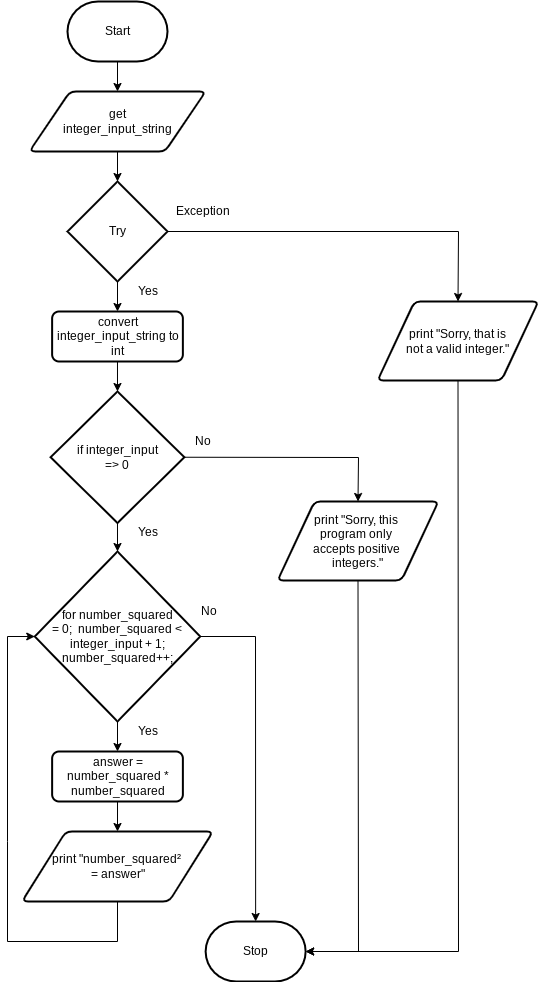
Earlier version of the draw.io export Draw.io/Flowchart.png (Peter-Gemmell/ICS3U-Unit4-03-Python). Source tidied: cells renumbered, new cells last; positions are measured from the earlier drawing's top-left corner, leaving out a move shared by most shapes. Source of this version:
```xml
<mxGraphModel>
  <root>
    <mxCell id="0" />
    <mxCell id="1" parent="0" />
    <mxCell id="2" style="edgeStyle=none;rounded=0;html=1;exitX=0.5;exitY=1;exitDx=0;exitDy=0;exitPerimeter=0;entryX=0.5;entryY=0;entryDx=0;entryDy=0;" parent="1" edge="1" source="3" target="5">
      <mxGeometry relative="1" as="geometry" />
    </mxCell>
    <mxCell id="3" value="Start" style="strokeWidth=2;html=1;shape=mxgraph.flowchart.terminator;whiteSpace=wrap;" parent="1" vertex="1">
      <mxGeometry x="60" width="100" height="60" as="geometry" />
    </mxCell>
    <mxCell id="4" style="edgeStyle=none;rounded=0;html=1;" parent="1" edge="1" source="5" target="14">
      <mxGeometry relative="1" as="geometry" />
    </mxCell>
    <mxCell id="5" value="get&lt;br&gt;integer_input_string" style="shape=parallelogram;html=1;strokeWidth=2;perimeter=parallelogramPerimeter;whiteSpace=wrap;rounded=1;arcSize=12;size=0.23;" parent="1" vertex="1">
      <mxGeometry x="21.9" y="90" width="176.2" height="60" as="geometry" />
    </mxCell>
    <mxCell id="6" value="Stop" style="strokeWidth=2;html=1;shape=mxgraph.flowchart.terminator;whiteSpace=wrap;" parent="1" vertex="1">
      <mxGeometry x="198.1" y="920" width="100" height="60" as="geometry" />
    </mxCell>
    <mxCell id="7" style="edgeStyle=none;html=1;exitX=0.5;exitY=1;exitDx=0;exitDy=0;exitPerimeter=0;entryX=0.5;entryY=0;entryDx=0;entryDy=0;" parent="1" edge="1" source="9" target="24">
      <mxGeometry relative="1" as="geometry" />
    </mxCell>
    <mxCell id="8" style="edgeStyle=none;rounded=0;html=1;exitX=1;exitY=0.5;exitDx=0;exitDy=0;exitPerimeter=0;entryX=0.5;entryY=0;entryDx=0;entryDy=0;entryPerimeter=0;" parent="1" edge="1" source="9" target="6">
      <mxGeometry relative="1" as="geometry">
        <Array as="points">
          <mxPoint x="248" y="635" />
        </Array>
      </mxGeometry>
    </mxCell>
    <mxCell id="9" value="for number_squared&lt;br&gt;= 0;&amp;nbsp; number_squared &amp;lt; integer_input + 1;&lt;br&gt;number_squared++;" style="strokeWidth=2;html=1;shape=mxgraph.flowchart.decision;whiteSpace=wrap;" parent="1" vertex="1">
      <mxGeometry x="27.2" y="550" width="165.5" height="170" as="geometry" />
    </mxCell>
    <mxCell id="10" style="edgeStyle=none;html=1;exitX=0.5;exitY=1;exitDx=0;exitDy=0;entryX=1;entryY=0.5;entryDx=0;entryDy=0;entryPerimeter=0;rounded=0;" parent="1" edge="1" source="11" target="6">
      <mxGeometry relative="1" as="geometry">
        <Array as="points">
          <mxPoint x="451" y="950" />
        </Array>
      </mxGeometry>
    </mxCell>
    <mxCell id="11" value="print &quot;Sorry, that is&lt;br&gt;not a valid integer.&quot;" style="shape=parallelogram;html=1;strokeWidth=2;perimeter=parallelogramPerimeter;whiteSpace=wrap;rounded=1;arcSize=12;size=0.23;" parent="1" vertex="1">
      <mxGeometry x="370" y="300" width="161" height="79" as="geometry" />
    </mxCell>
    <mxCell id="12" style="edgeStyle=none;html=1;entryX=0.5;entryY=0;entryDx=0;entryDy=0;rounded=0;" parent="1" edge="1" source="14" target="11">
      <mxGeometry relative="1" as="geometry">
        <Array as="points">
          <mxPoint x="451" y="230" />
        </Array>
      </mxGeometry>
    </mxCell>
    <mxCell id="13" style="edgeStyle=none;rounded=0;html=1;" parent="1" edge="1" source="14" target="18">
      <mxGeometry relative="1" as="geometry" />
    </mxCell>
    <mxCell id="14" value="Try" style="strokeWidth=2;html=1;shape=mxgraph.flowchart.decision;whiteSpace=wrap;" parent="1" vertex="1">
      <mxGeometry x="60" y="180" width="100" height="100" as="geometry" />
    </mxCell>
    <mxCell id="15" value="Yes&lt;br&gt;" style="text;html=1;align=center;verticalAlign=middle;strokeColor=none;fillColor=none;" parent="1" vertex="1">
      <mxGeometry x="120" y="521.5" width="40" height="20" as="geometry" />
    </mxCell>
    <mxCell id="16" value="Exception" style="text;html=1;align=center;verticalAlign=middle;strokeColor=none;fillColor=none;" parent="1" vertex="1">
      <mxGeometry x="160" y="200" width="70" height="20" as="geometry" />
    </mxCell>
    <mxCell id="17" style="edgeStyle=none;rounded=0;html=1;exitX=0.5;exitY=1;exitDx=0;exitDy=0;entryX=0.5;entryY=0;entryDx=0;entryDy=0;entryPerimeter=0;" parent="1" edge="1" source="18" target="27">
      <mxGeometry relative="1" as="geometry" />
    </mxCell>
    <mxCell id="18" value="&lt;span&gt;convert integer_input_string to int&lt;/span&gt;" style="rounded=1;whiteSpace=wrap;html=1;absoluteArcSize=1;arcSize=14;strokeWidth=2;" parent="1" vertex="1">
      <mxGeometry x="44.6" y="310" width="130.8" height="50" as="geometry" />
    </mxCell>
    <mxCell id="19" value="print &quot;number_squared² &lt;br&gt;= answer&quot;" style="shape=parallelogram;html=1;strokeWidth=2;perimeter=parallelogramPerimeter;whiteSpace=wrap;rounded=1;arcSize=12;size=0.23;" parent="1" vertex="1">
      <mxGeometry x="14.5" y="830" width="191" height="70" as="geometry" />
    </mxCell>
    <mxCell id="20" value="No" style="text;html=1;align=center;verticalAlign=middle;strokeColor=none;fillColor=none;" parent="1" vertex="1">
      <mxGeometry x="180" y="430" width="30" height="20" as="geometry" />
    </mxCell>
    <mxCell id="21" value="Yes&lt;br&gt;" style="text;html=1;align=center;verticalAlign=middle;strokeColor=none;fillColor=none;" parent="1" vertex="1">
      <mxGeometry x="120" y="280" width="40" height="20" as="geometry" />
    </mxCell>
    <mxCell id="22" style="edgeStyle=none;html=1;entryX=0;entryY=0.5;entryDx=0;entryDy=0;entryPerimeter=0;rounded=0;exitX=0.5;exitY=1;exitDx=0;exitDy=0;" parent="1" edge="1" source="19" target="9">
      <mxGeometry relative="1" as="geometry">
        <Array as="points">
          <mxPoint x="110" y="940" />
          <mxPoint y="940" />
          <mxPoint y="840" />
          <mxPoint y="635" />
        </Array>
      </mxGeometry>
    </mxCell>
    <mxCell id="23" style="edgeStyle=none;rounded=0;html=1;exitX=0.5;exitY=1;exitDx=0;exitDy=0;entryX=0.5;entryY=0;entryDx=0;entryDy=0;" parent="1" edge="1" source="24" target="19">
      <mxGeometry relative="1" as="geometry" />
    </mxCell>
    <mxCell id="24" value="answer = number_squared * number_squared" style="rounded=1;whiteSpace=wrap;html=1;absoluteArcSize=1;arcSize=14;strokeWidth=2;" parent="1" vertex="1">
      <mxGeometry x="44.6" y="750" width="130.8" height="50" as="geometry" />
    </mxCell>
    <mxCell id="25" style="edgeStyle=none;rounded=0;html=1;exitX=1;exitY=0.5;exitDx=0;exitDy=0;exitPerimeter=0;entryX=0.5;entryY=0;entryDx=0;entryDy=0;" parent="1" edge="1" source="27" target="29">
      <mxGeometry relative="1" as="geometry">
        <Array as="points">
          <mxPoint x="351" y="456" />
        </Array>
      </mxGeometry>
    </mxCell>
    <mxCell id="26" style="edgeStyle=none;html=1;exitX=0.5;exitY=1;exitDx=0;exitDy=0;exitPerimeter=0;entryX=0.5;entryY=0;entryDx=0;entryDy=0;entryPerimeter=0;" parent="1" edge="1" source="27" target="9">
      <mxGeometry relative="1" as="geometry" />
    </mxCell>
    <mxCell id="27" value="if integer_input&lt;br&gt;=&amp;gt; 0" style="strokeWidth=2;html=1;shape=mxgraph.flowchart.decision;whiteSpace=wrap;" parent="1" vertex="1">
      <mxGeometry x="43.1" y="390" width="133.8" height="131.5" as="geometry" />
    </mxCell>
    <mxCell id="28" style="edgeStyle=none;rounded=0;html=1;exitX=0.5;exitY=1;exitDx=0;exitDy=0;entryX=1;entryY=0.5;entryDx=0;entryDy=0;entryPerimeter=0;" parent="1" edge="1" source="29" target="6">
      <mxGeometry relative="1" as="geometry">
        <Array as="points">
          <mxPoint x="351" y="950" />
        </Array>
      </mxGeometry>
    </mxCell>
    <mxCell id="29" value="print &quot;Sorry, this &lt;br&gt;program only &lt;br&gt;accepts positive &lt;br&gt;integers.&quot;" style="shape=parallelogram;html=1;strokeWidth=2;perimeter=parallelogramPerimeter;whiteSpace=wrap;rounded=1;arcSize=12;size=0.23;" parent="1" vertex="1">
      <mxGeometry x="270" y="500" width="161" height="79" as="geometry" />
    </mxCell>
    <mxCell id="30" value="No" style="text;html=1;align=center;verticalAlign=middle;strokeColor=none;fillColor=none;" parent="1" vertex="1">
      <mxGeometry x="185.5" y="600" width="30" height="20" as="geometry" />
    </mxCell>
    <mxCell id="31" value="Yes&lt;br&gt;" style="text;html=1;align=center;verticalAlign=middle;strokeColor=none;fillColor=none;" parent="1" vertex="1">
      <mxGeometry x="120" y="720" width="40" height="20" as="geometry" />
    </mxCell>
  </root>
</mxGraphModel>
```
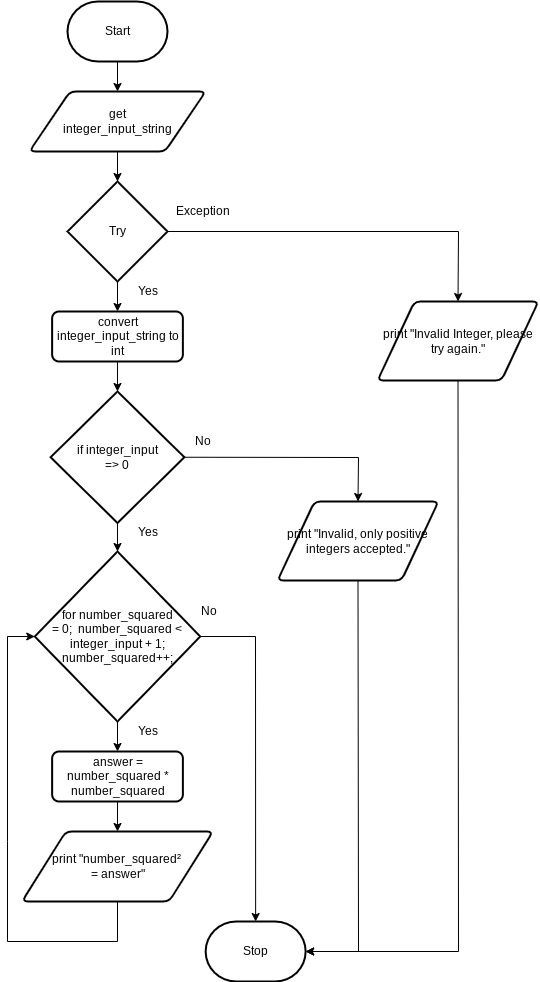
The same diagram one commit later.

Change to the diagram source:
```diff
@@ -37,7 +37,7 @@
         </Array>
       </mxGeometry>
     </mxCell>
-    <mxCell id="11" value="print &quot;Sorry, that is&lt;br&gt;not a valid integer.&quot;" style="shape=parallelogram;html=1;strokeWidth=2;perimeter=parallelogramPerimeter;whiteSpace=wrap;rounded=1;arcSize=12;size=0.23;" parent="1" vertex="1">
+    <mxCell id="11" value="print &quot;Invalid Integer, please try again.&quot;" style="shape=parallelogram;html=1;strokeWidth=2;perimeter=parallelogramPerimeter;whiteSpace=wrap;rounded=1;arcSize=12;size=0.23;" parent="1" vertex="1">
       <mxGeometry x="370" y="300" width="161" height="79" as="geometry" />
     </mxCell>
     <mxCell id="12" style="edgeStyle=none;html=1;entryX=0.5;entryY=0;entryDx=0;entryDy=0;rounded=0;" parent="1" edge="1" source="14" target="11">
@@ -110,7 +110,7 @@
         </Array>
       </mxGeometry>
     </mxCell>
-    <mxCell id="29" value="print &quot;Sorry, this &lt;br&gt;program only &lt;br&gt;accepts positive &lt;br&gt;integers.&quot;" style="shape=parallelogram;html=1;strokeWidth=2;perimeter=parallelogramPerimeter;whiteSpace=wrap;rounded=1;arcSize=12;size=0.23;" parent="1" vertex="1">
+    <mxCell id="29" value="print &quot;Invalid, only positive integers accepted.&quot;" style="shape=parallelogram;html=1;strokeWidth=2;perimeter=parallelogramPerimeter;whiteSpace=wrap;rounded=1;arcSize=12;size=0.23;" parent="1" vertex="1">
       <mxGeometry x="270" y="500" width="161" height="79" as="geometry" />
     </mxCell>
     <mxCell id="30" value="No" style="text;html=1;align=center;verticalAlign=middle;strokeColor=none;fillColor=none;" parent="1" vertex="1">
```
